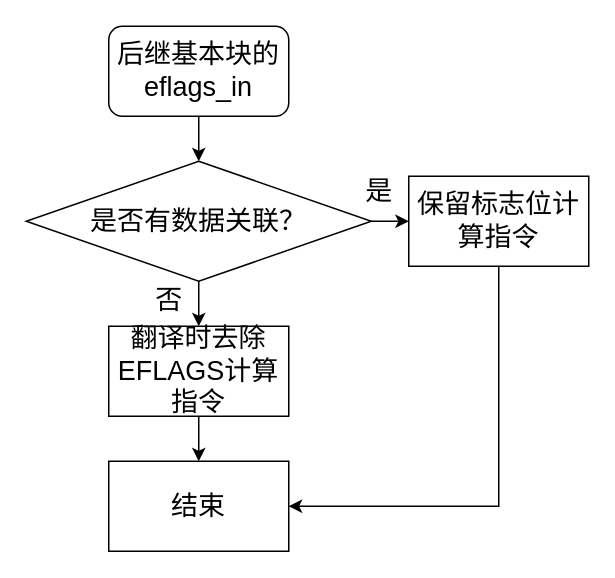
Earlier version of the draw.io diagram page "第 49 页" (48 of 51) of lajit.drawio (ganjue66da/ganjue66da). Source tidied: cells renumbered, new cells numbered last; positions are measured from the earlier drawing's top-left corner, leaving out a move shared by most shapes. Both pictures are drawn from the tidied source at 150%, with x=0, y=0 at pixel (26, 26).
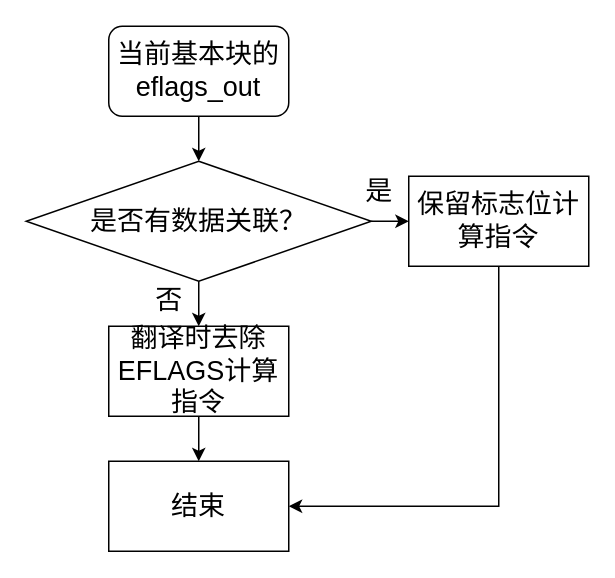
The same page after the edit.

Diff of the diagram source:
```diff
@@
 <mxGraphModel>
   <root>
     <mxCell id="0" />
     <mxCell id="1" parent="0" />
     <mxCell id="2" style="edgeStyle=orthogonalEdgeStyle;rounded=0;jettySize=auto;html=1;" parent="1" edge="1" source="3" target="6">
       <mxGeometry relative="1" as="geometry" />
     </mxCell>
-    <mxCell id="3" value="&lt;font style=&quot;font-size: 18px;&quot;&gt;后继基本块的eflags_in&lt;/font&gt;" style="rounded=1;whiteSpace=wrap;html=1;" parent="1" vertex="1">
+    <mxCell id="3" value="&lt;font style=&quot;font-size: 18px;&quot;&gt;当前基本块的eflags_out&lt;/font&gt;" style="rounded=1;whiteSpace=wrap;html=1;" parent="1" vertex="1">
       <mxGeometry x="55" width="120" height="60" as="geometry" />
     </mxCell>
     <mxCell id="4" style="edgeStyle=orthogonalEdgeStyle;rounded=0;jettySize=auto;html=1;" parent="1" edge="1" source="6" target="8">
       <mxGeometry relative="1" as="geometry" />
     </mxCell>
     <mxCell id="5" style="edgeStyle=orthogonalEdgeStyle;rounded=0;jettySize=auto;html=1;" parent="1" edge="1" source="6" target="12">
       <mxGeometry relative="1" as="geometry" />
     </mxCell>
     <mxCell id="6" value="是否有数据关联？" style="rhombus;whiteSpace=wrap;html=1;fontSize=18;fillColor=none;" parent="1" vertex="1">
       <mxGeometry y="90" width="230" height="80" as="geometry" />
     </mxCell>
     <mxCell id="7" style="edgeStyle=orthogonalEdgeStyle;rounded=0;jettySize=auto;html=1;" parent="1" edge="1" source="8" target="10">
       <mxGeometry relative="1" as="geometry" />
     </mxCell>
     <mxCell id="8" value="翻译时去除EFLAGS计算指令" style="whiteSpace=wrap;html=1;fontSize=18;fillColor=none;" parent="1" vertex="1">
       <mxGeometry x="55" y="200" width="120" height="60" as="geometry" />
     </mxCell>
     <mxCell id="9" value="&lt;font style=&quot;font-size: 18px;&quot;&gt;否&lt;/font&gt;" style="text;html=1;align=center;verticalAlign=middle;strokeColor=none;fillColor=none;" parent="1" vertex="1">
       <mxGeometry x="75" y="163" width="40" height="40" as="geometry" />
     </mxCell>
     <mxCell id="10" value="结束" style="whiteSpace=wrap;html=1;fontSize=18;fillColor=none;" parent="1" vertex="1">
       <mxGeometry x="55" y="290" width="120" height="60" as="geometry" />
     </mxCell>
     <mxCell id="11" style="edgeStyle=orthogonalEdgeStyle;rounded=0;jettySize=auto;html=1;exitX=0.5;exitY=1;exitDx=0;exitDy=0;entryX=1;entryY=0.5;entryDx=0;entryDy=0;" parent="1" edge="1" source="12" target="10">
       <mxGeometry relative="1" as="geometry" />
     </mxCell>
     <mxCell id="12" value="保留标志位计算指令" style="whiteSpace=wrap;html=1;fontSize=18;fillColor=none;" parent="1" vertex="1">
       <mxGeometry x="255" y="100" width="120" height="60" as="geometry" />
     </mxCell>
     <mxCell id="13" value="&lt;font style=&quot;font-size: 18px;&quot;&gt;是&lt;/font&gt;" style="text;html=1;align=center;verticalAlign=middle;strokeColor=none;fillColor=none;" parent="1" vertex="1">
       <mxGeometry x="215" y="90" width="40" height="40" as="geometry" />
     </mxCell>
   </root>
 </mxGraphModel>
```
